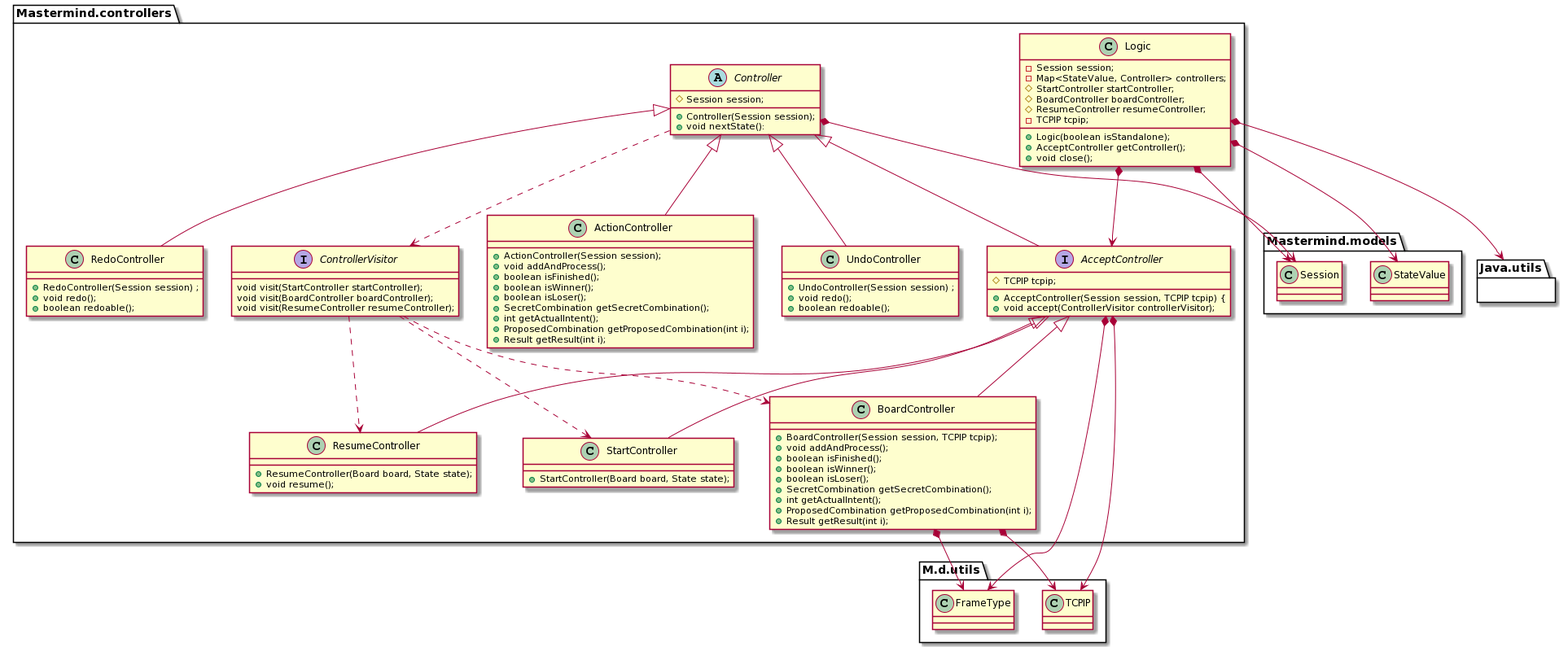
HarenderS/Mastermind keeps this PlantUML diagram as Mastermind/Documentation/paqueteControllers.PNG. Above is the earlier version.
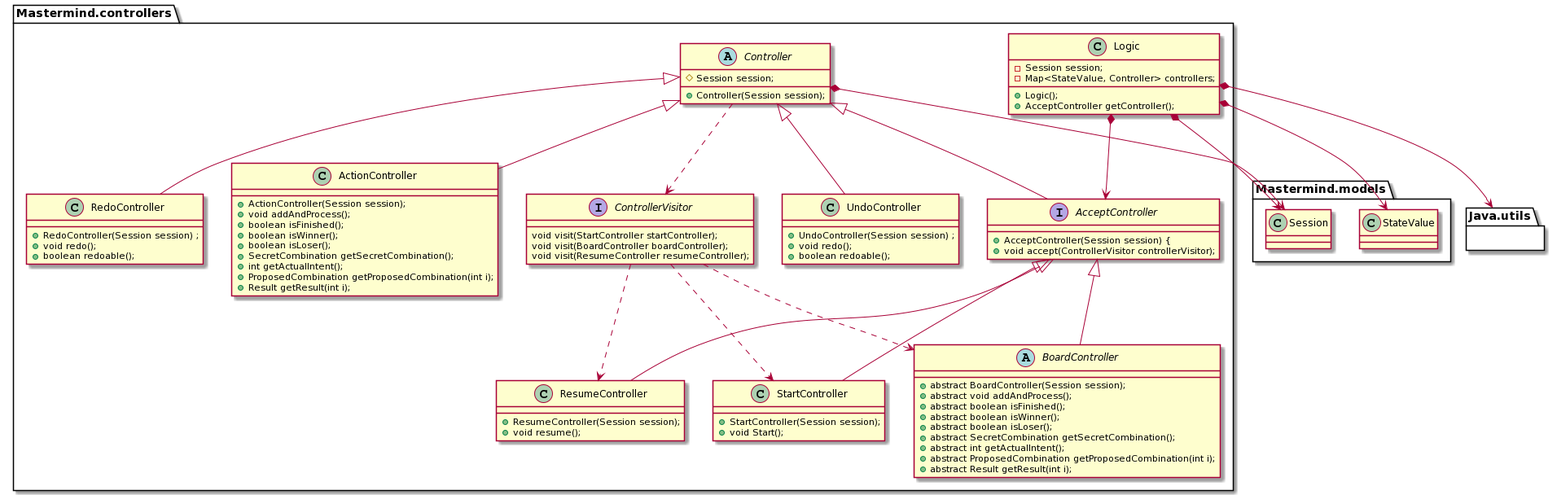
After the change.

What changed in the source:
```diff
@@ -22,42 +22,37 @@
 	# Session session;
 
 	+ Controller(Session session);
-	+ void nextState():
 }
 Controller  *--> Session
 Controller  ..> ControllerVisitor
 
-class BoardController extends AcceptController{
-	+ BoardController(Session session, TCPIP tcpip);
-	+ void addAndProcess();
-	+ boolean isFinished();
-	+ boolean isWinner();
-	+ boolean isLoser();
-	+ SecretCombination getSecretCombination();
-	+ int getActualIntent();
-	+ ProposedCombination getProposedCombination(int i);
-	+ Result getResult(int i);
+abstract class BoardController extends AcceptController{
+	+ abstract BoardController(Session session);
+	+ abstract void addAndProcess();
+	+ abstract boolean isFinished();
+	+ abstract boolean isWinner();
+	+ abstract boolean isLoser();
+	+ abstract SecretCombination getSecretCombination();
+	+ abstract int getActualIntent();
+	+ abstract ProposedCombination getProposedCombination(int i);
+	+ abstract Result getResult(int i);
 }
 class ResumeController extends AcceptController{
-	+ ResumeController(Board board, State state);
+	+ ResumeController(Session session);
 	+ void resume();
 }
 
 class StartController extends AcceptController{
-        + StartController(Board board, State state);
+        + StartController(Session session);
+        + void Start();
 }
 
 class Logic{
 	- Session session;
 	- Map<StateValue, Controller> controllers;
-	# StartController startController;
-	# BoardController boardController;
-	# ResumeController resumeController;
-	- TCPIP tcpip;
 
-	+ Logic(boolean isStandalone);
+	+ Logic();
 	+ AcceptController getController();
-	+ void close();
 }
 Logic *--> AcceptController
 Logic *--> Session
@@ -65,8 +60,7 @@
 Logic *--> Java.utils
 
 interface AcceptController extends Controller{
-	# TCPIP tcpip;
-	+ AcceptController(Session session, TCPIP tcpip) {
+	+ AcceptController(Session session) {
 	+ void accept(ControllerVisitor controllerVisitor);
 }
 
@@ -95,13 +89,4 @@
 	+ boolean redoable();
 }
 }
-package "M.d.utils" {
-  class TCPIP
-  class FrameType
-
-AcceptController *--> TCPIP
-AcceptController *--> FrameType
-BoardController *--> TCPIP
-BoardController *--> FrameType
-}
 @enduml
```
